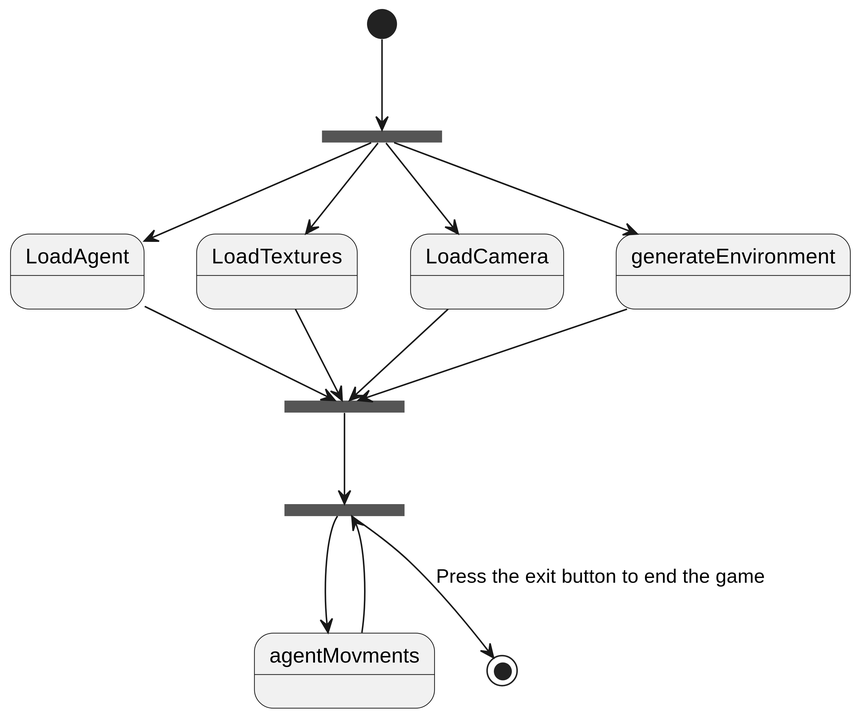
Above: Diagrams/state/state2.svg in 2333263/ScrumDogMillionaires (PlantUML), before the change. Source of this version:
```plantuml
@startuml state2

skinparam dpi 500

state fork_environment <<fork>>
state join_environment <<join>>
state agent_fork <<fork>>

[*] --> fork_environment
fork_environment --> LoadAgent
fork_environment --> LoadTextures
fork_environment --> LoadCamera
fork_environment --> generateEnvironment

LoadCamera --> join_environment
LoadTextures --> join_environment
LoadAgent --> join_environment
generateEnvironment --> join_environment

join_environment --> agent_fork

agentMovments --> agent_fork
agent_fork --> agentMovments
agent_fork --> [*] : Press the exit button to end the game

@enduml
```
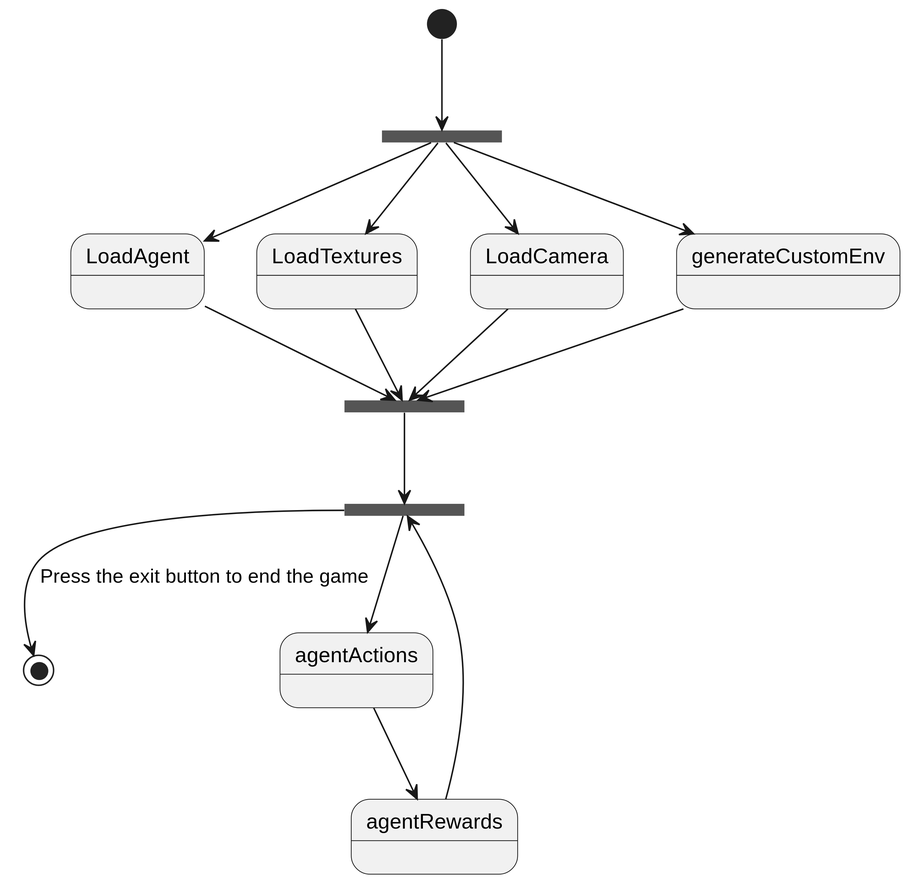
The same file after the commit.

Commit message:
Updated State and Class Diagrams

Change to the diagram source:
```diff
@@ -10,17 +10,18 @@
 fork_environment --> LoadAgent
 fork_environment --> LoadTextures
 fork_environment --> LoadCamera
-fork_environment --> generateEnvironment
+fork_environment --> generateCustomEnv
 
 LoadCamera --> join_environment
 LoadTextures --> join_environment
 LoadAgent --> join_environment
-generateEnvironment --> join_environment
+generateCustomEnv --> join_environment
 
 join_environment --> agent_fork
 
-agentMovments --> agent_fork
-agent_fork --> agentMovments
 agent_fork --> [*] : Press the exit button to end the game
+agent_fork --> agentActions
+agentActions --> agentRewards
+agentRewards --> agent_fork
 
 @enduml
```
